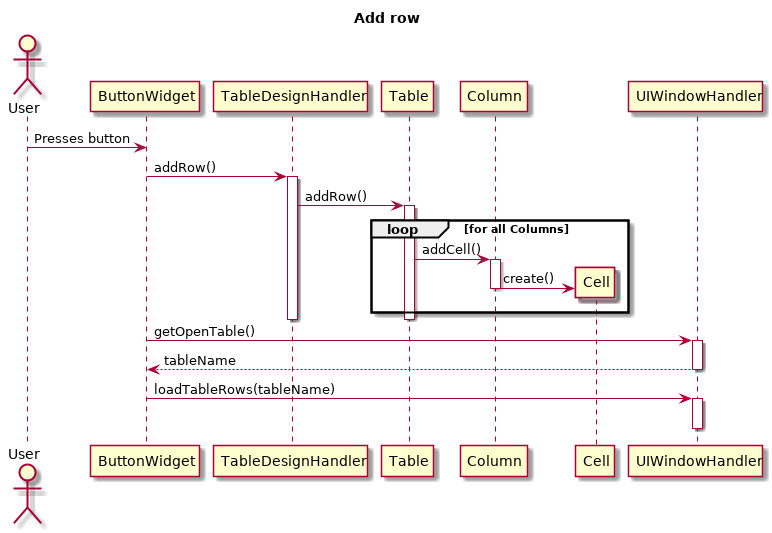
Above: diagrams/interactionDiagrams/addRow.png in Bhamoss/softwareOntwerpProject (PlantUML), before the change.
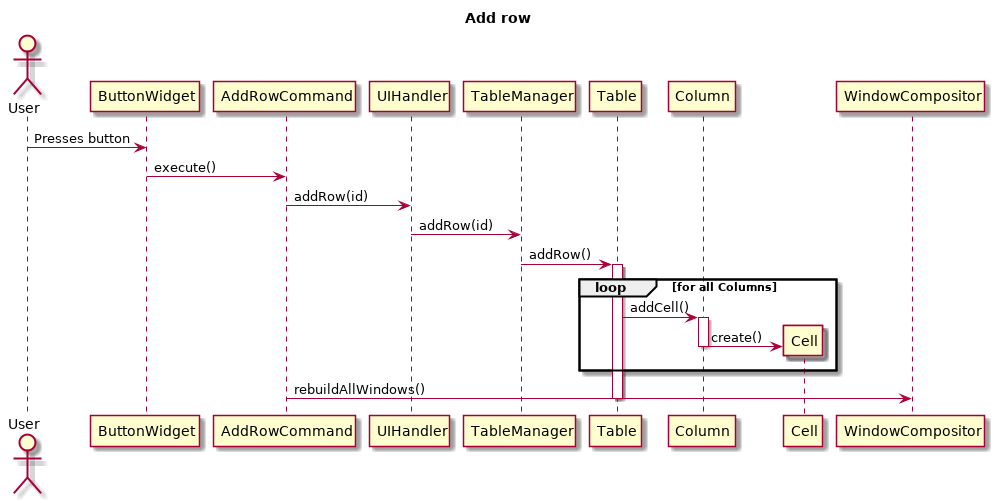
Above is the later version.

Change to the diagram source:
```diff
@@ -3,10 +3,10 @@
 Actor User
 
 User->ButtonWidget: Presses button
-
-ButtonWidget -> TableDesignHandler: addRow()
-activate TableDesignHandler
-TableDesignHandler -> Table: addRow()
+ButtonWidget -> AddRowCommand: execute()
+AddRowCommand -> UIHandler: addRow(id)
+UIHandler -> TableManager: addRow(id)
+TableManager -> Table: addRow()
 activate Table
 loop for all Columns
     Table -> Column: addCell()
@@ -15,14 +15,8 @@
     Column -> Cell: create()
     deactivate Column
 end
+AddRowCommand -> WindowCompositor: rebuildAllWindows()
 deactivate Table
-deactivate TableDesignHandler
-ButtonWidget -> UIWindowHandler: getOpenTable()
-activate UIWindowHandler
-ButtonWidget <-- UIWindowHandler: tableName
-deactivate UIWindowHandler
-ButtonWidget -> UIWindowHandler: loadTableRows(tableName)
-activate UIWindowHandler
-deactivate UIWindowHandler
+
 
 @enduml
```
